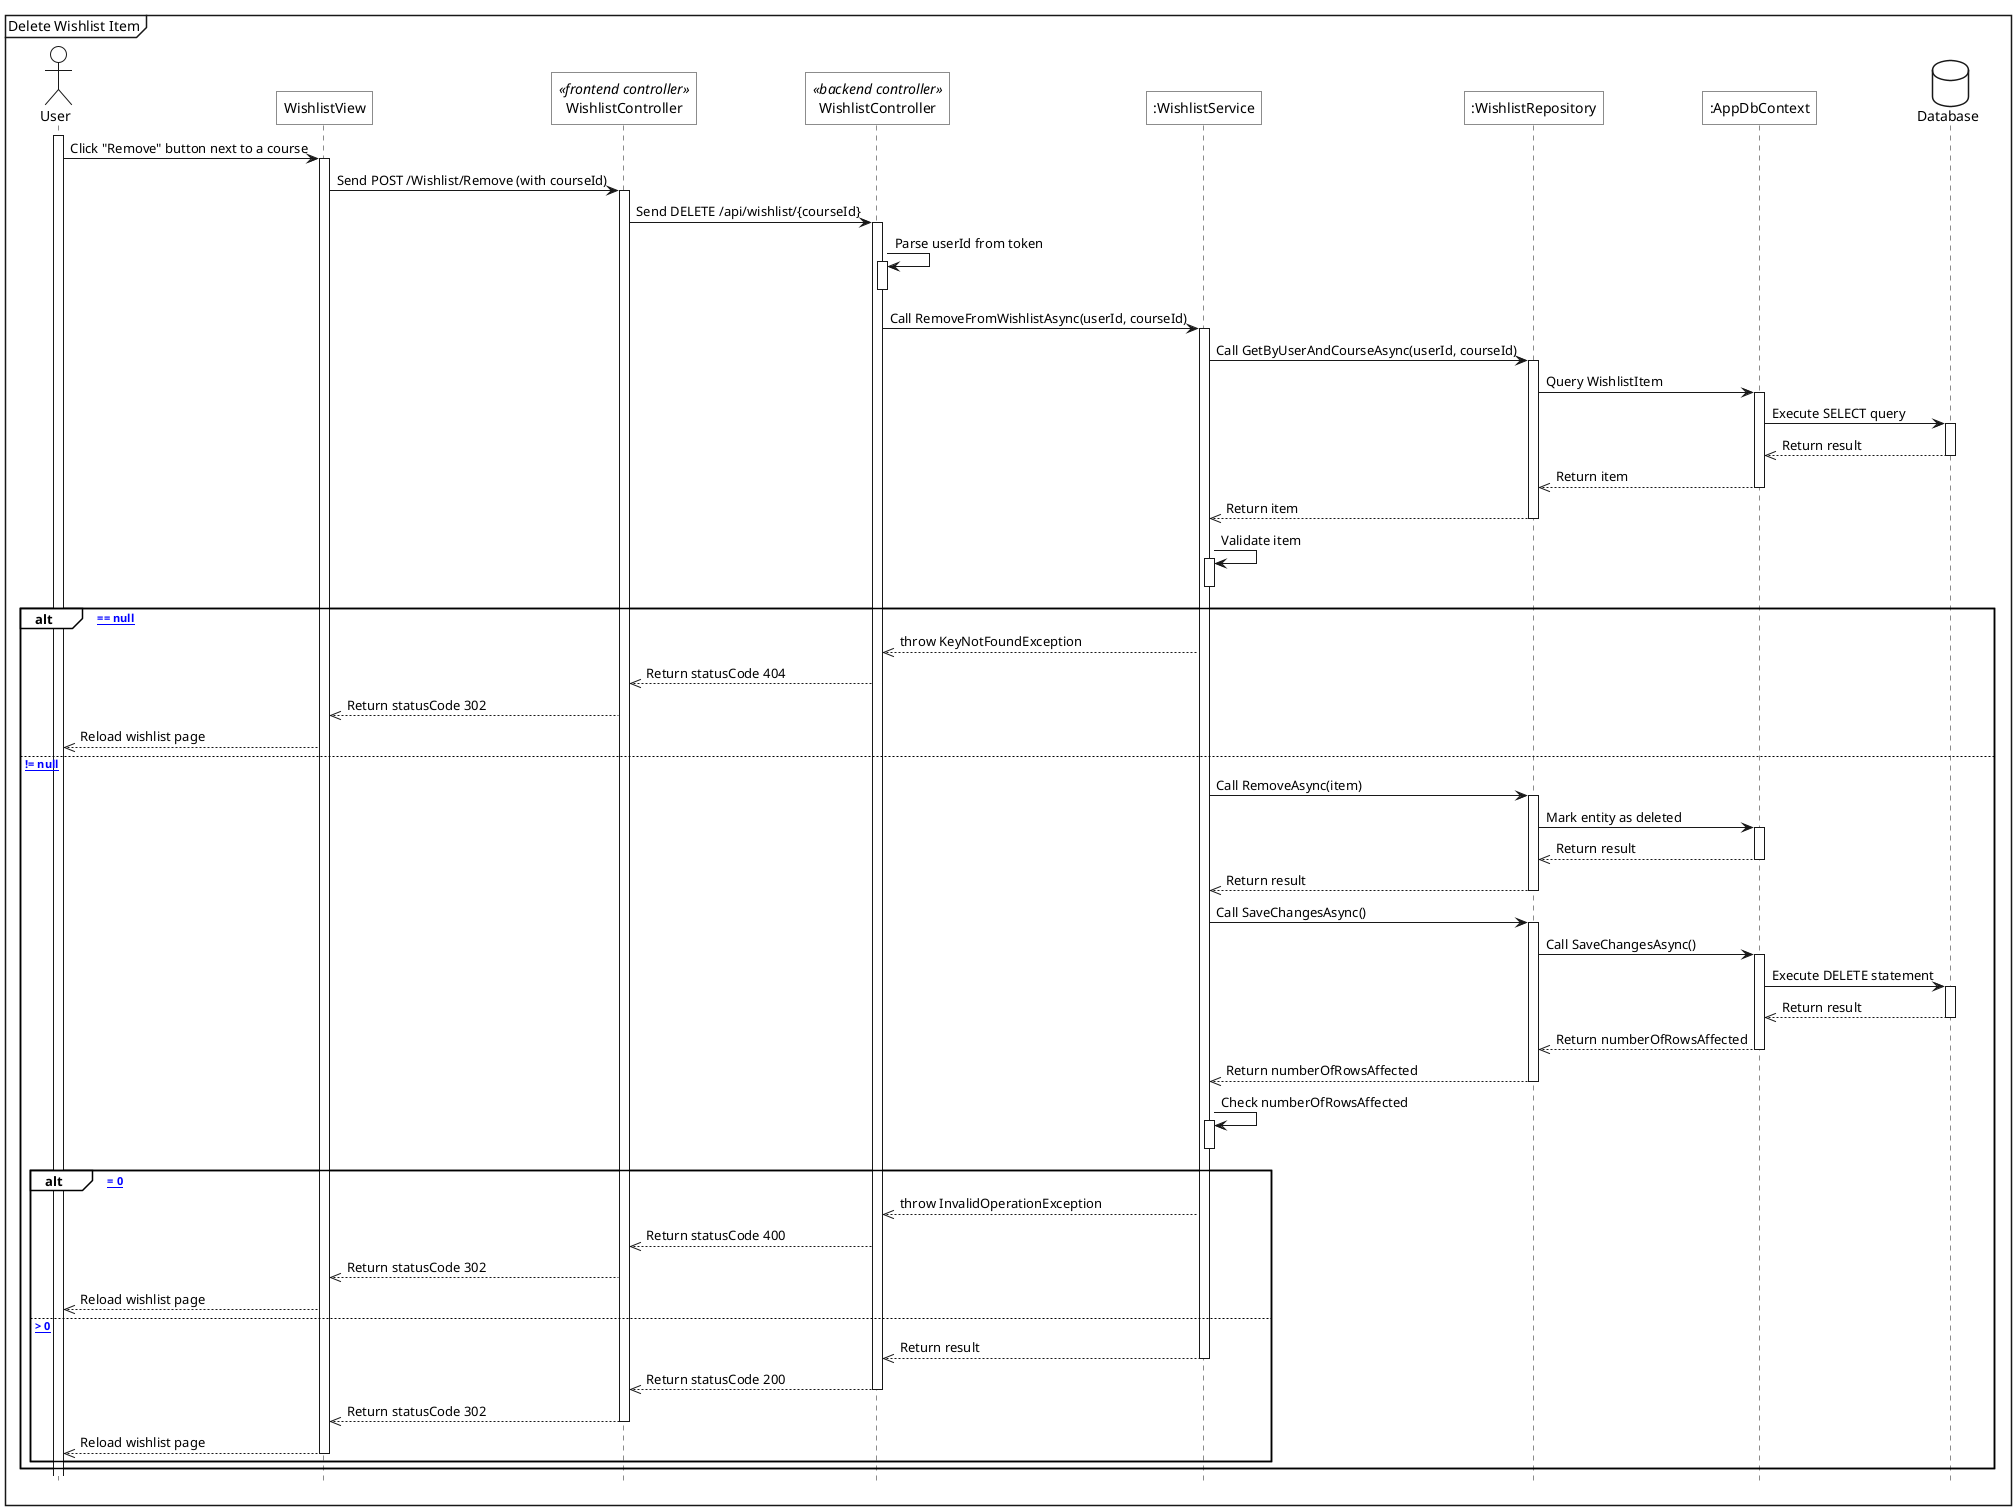
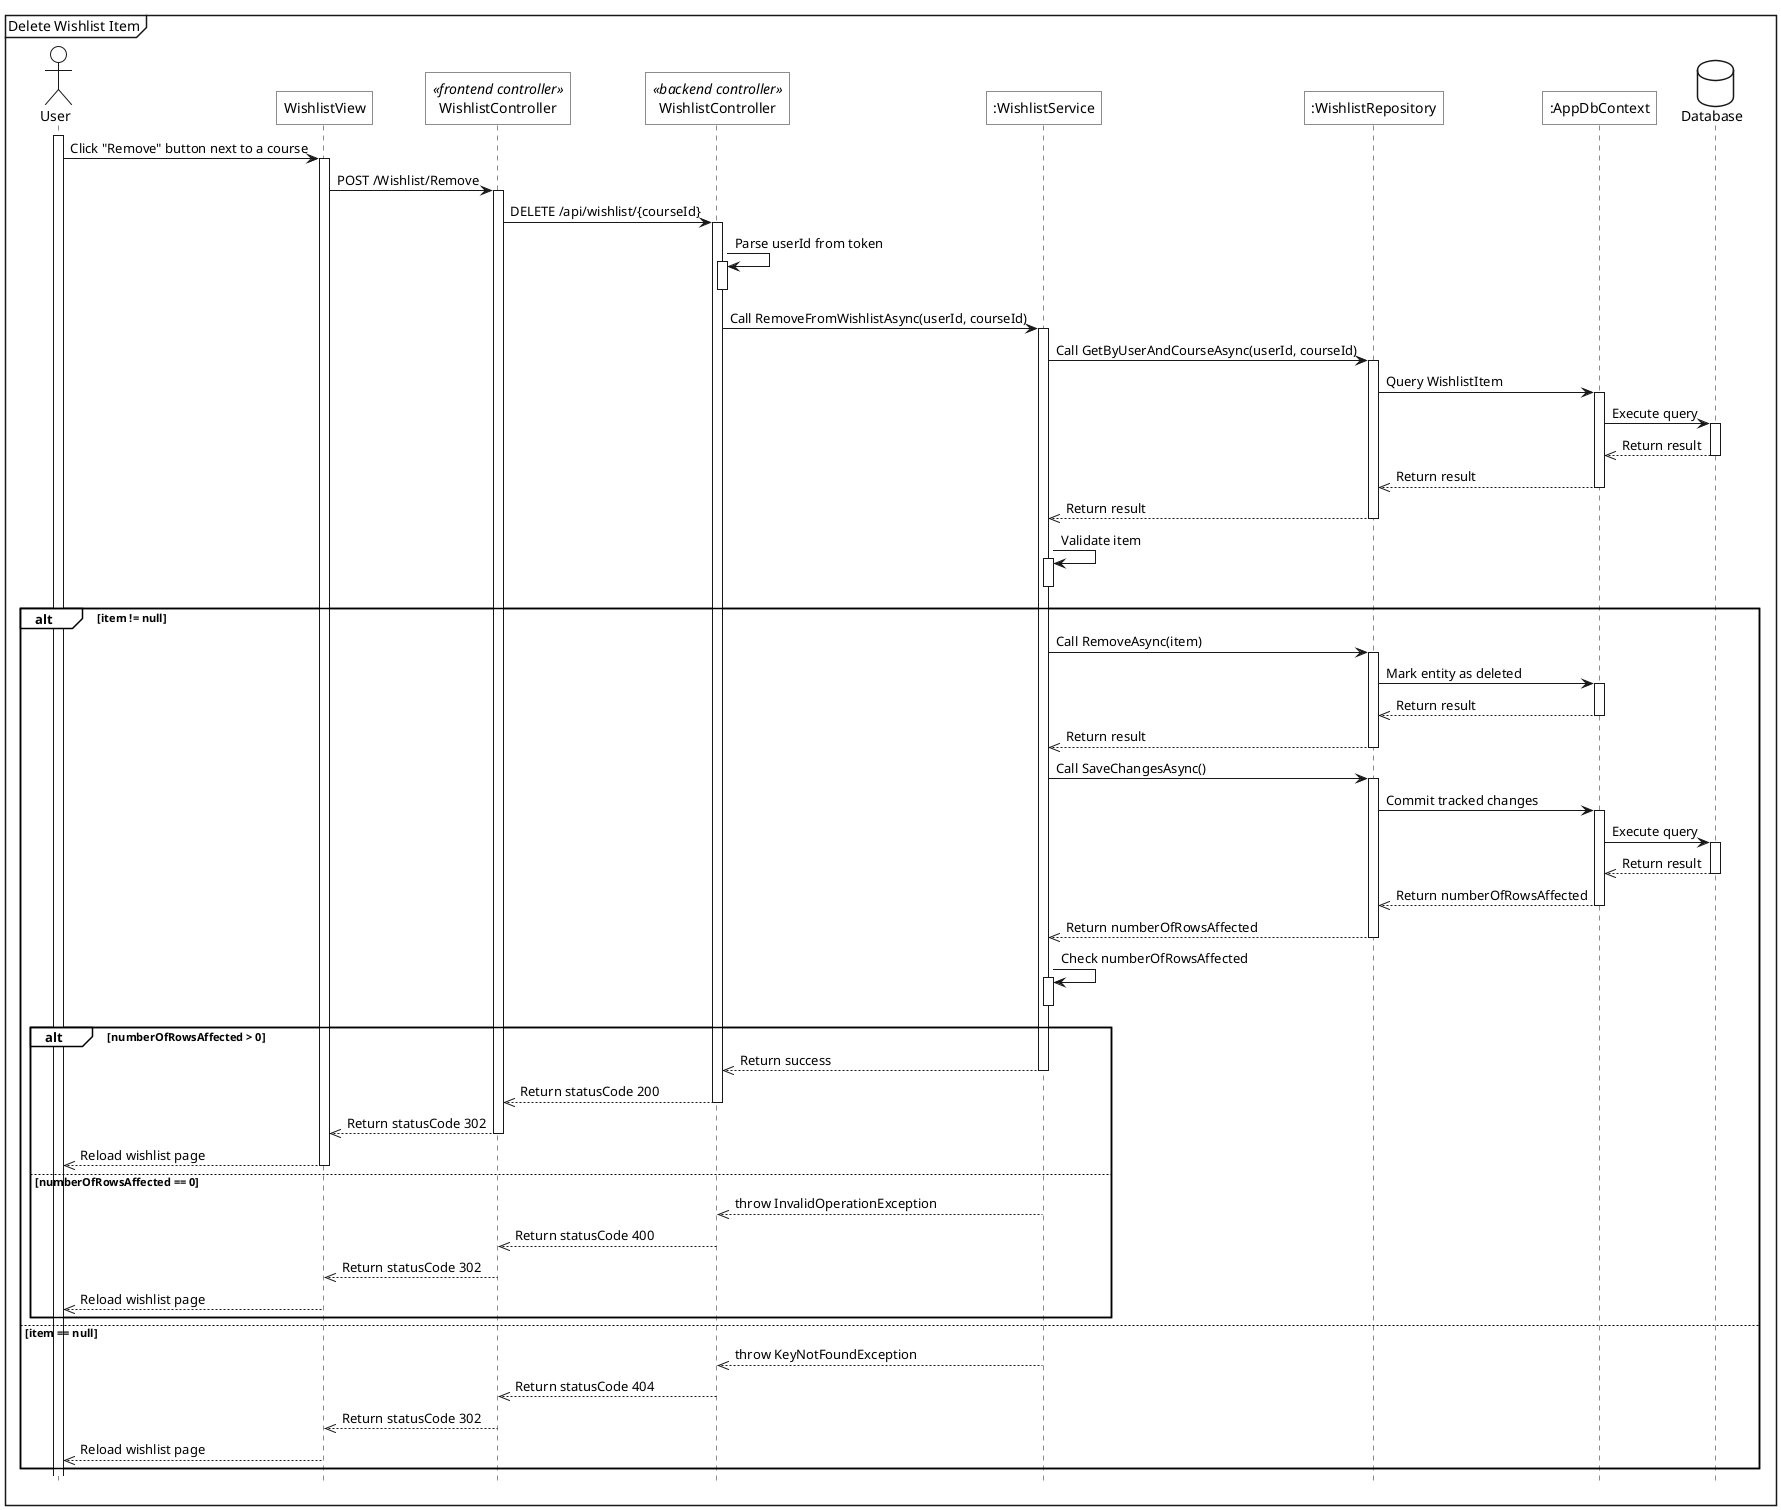
@startuml
<style>
    sequenceDiagram{
        actor{
            BackgroundColor white
            LineThickness 1.0
        }
        participant{
            BackgroundColor white
            RoundCorner 0
        }
        database{
            BackgroundColor white
        }
        groupHeader{
            BackgroundColor white
        }
        referenceHeader{
            BackgroundColor white
        }
        reference{
            BackgroundColor white
        }
    }
</style>

hide footbox

mainframe Delete Wishlist Item
actor User as act

participant "WishlistView" as view
participant "WishlistController" as fe_ctrl <<frontend controller>>
participant "WishlistController" as be_ctrl <<backend controller>>
participant ":WishlistService" as sv
participant ":WishlistRepository" as w_repo
participant ":AppDbContext" as ctx
database Database as db

act++
act->view++: Click "Remove" button next to a course
- view->fe_ctrl++: Send POST /Wishlist/Remove (with courseId)
+ view->fe_ctrl++: POST /Wishlist/Remove

- fe_ctrl->be_ctrl++: Send DELETE /api/wishlist/{courseId}
+ fe_ctrl->be_ctrl++: DELETE /api/wishlist/{courseId}

be_ctrl->be_ctrl++: Parse userId from token
be_ctrl--

be_ctrl->sv++: Call RemoveFromWishlistAsync(userId, courseId)

sv->w_repo++: Call GetByUserAndCourseAsync(userId, courseId)
w_repo->ctx++: Query WishlistItem
- ctx->db++: Execute SELECT query
+ ctx->db++: Execute query
db-->>ctx--: Return result
- ctx-->>w_repo--: Return item
- w_repo-->>sv--: Return item
+ ctx-->>w_repo--: Return result
+ w_repo-->>sv--: Return result

sv->sv++: Validate item
sv--

- alt [item == null]
-     sv-->>be_ctrl: throw KeyNotFoundException
-     be_ctrl-->>fe_ctrl: Return statusCode 404
-     fe_ctrl-->>view: Return statusCode 302
-     view-->>act: Reload wishlist page
- else [item != null]
+ alt item != null
    sv->w_repo++: Call RemoveAsync(item)
    w_repo->ctx++: Mark entity as deleted
    ctx-->>w_repo--: Return result
    w_repo-->>sv--: Return result

    sv->w_repo++: Call SaveChangesAsync()
-     w_repo->ctx++: Call SaveChangesAsync()
-     ctx->db++: Execute DELETE statement
+     w_repo->ctx++: Commit tracked changes
+     ctx->db++: Execute query
    db-->>ctx--: Return result
    ctx-->>w_repo--: Return numberOfRowsAffected
    w_repo-->>sv--: Return numberOfRowsAffected

    sv->sv++: Check numberOfRowsAffected
    sv--

-     alt [numberOfRowsAffected = 0]
-         sv-->>be_ctrl: throw InvalidOperationException
-         be_ctrl-->>fe_ctrl: Return statusCode 400
-         fe_ctrl-->>view: Return statusCode 302
-         view-->>act: Reload wishlist page
-     else [numberOfRowsAffected > 0]
-         sv-->>be_ctrl--: Return result
+     alt numberOfRowsAffected > 0
+         sv-->>be_ctrl--: Return success
        be_ctrl-->>fe_ctrl--: Return statusCode 200
        fe_ctrl-->>view--: Return statusCode 302
        view-->>act--: Reload wishlist page
+     else numberOfRowsAffected == 0
+         sv-->>be_ctrl--: throw InvalidOperationException
+         be_ctrl-->>fe_ctrl--: Return statusCode 400
+         fe_ctrl-->>view--: Return statusCode 302
+         view-->>act--: Reload wishlist page
    end
+ else item == null
+     sv-->>be_ctrl--: throw KeyNotFoundException
+     be_ctrl-->>fe_ctrl--: Return statusCode 404
+     fe_ctrl-->>view--: Return statusCode 302
+     view-->>act--: Reload wishlist page
end
@enduml
